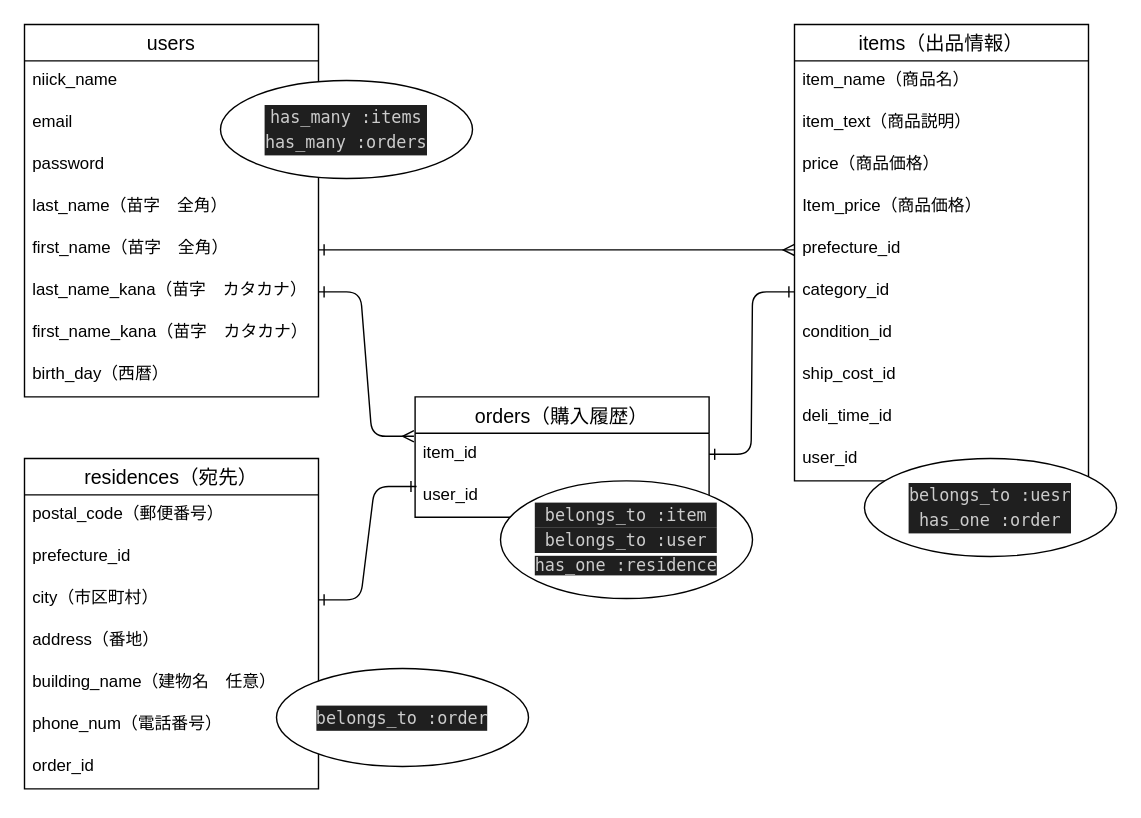
Above: ER.dio in hiroshi-43/furima-41006 (draw.io), before the change. Source tidied: cells renumbered, new cells numbered last; positions are measured from the earlier drawing's top-left corner, leaving out a move shared by most shapes. Both pictures are drawn from the tidied source at 140%, with x=0, y=0 at pixel (24, 24).
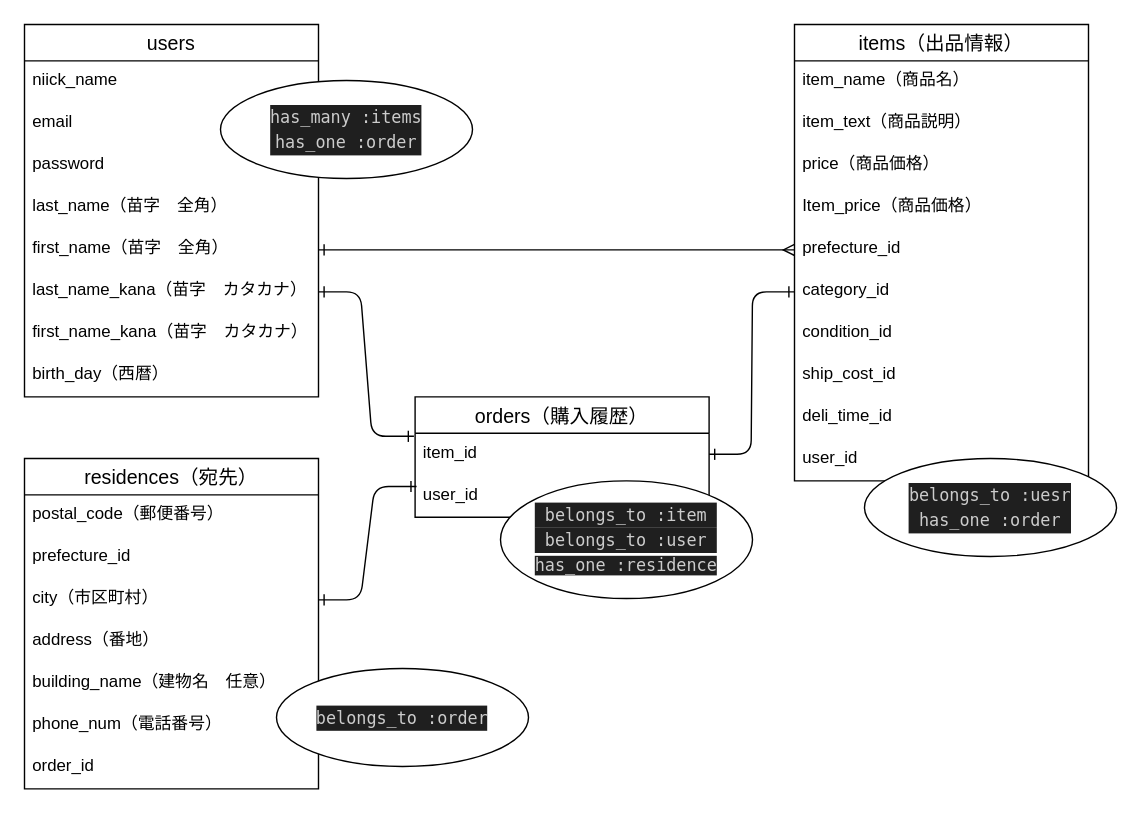
The same page after the edit.

Commit message:
データベース設計　修正５

The change refers to these unchanged cells:
```xml
<mxCell id="8" value="last_name_kana（苗字　カタカナ）" style="text;strokeColor=none;fillColor=none;spacingLeft=4;spacingRight=4;overflow=hidden;points=[[0,0.5],[1,0.5]];portConstraint=eastwest;fontSize=12;" parent="2" vertex="1">
  <mxGeometry y="176" width="210" height="30" as="geometry" />
</mxCell>
<mxCell id="32" value="item_id" style="text;strokeColor=none;fillColor=none;spacingLeft=4;spacingRight=4;overflow=hidden;points=[[0,0.5],[1,0.5]];portConstraint=eastwest;fontSize=12;" parent="31" vertex="1">
  <mxGeometry y="26" width="210" height="30" as="geometry" />
</mxCell>
```

Diff of the diagram source:
```diff
@@
-    <mxCell id="35" style="edgeStyle=entityRelationEdgeStyle;fontSize=12;html=1;endArrow=ERone;endFill=0;entryX=1;entryY=0.5;entryDx=0;entryDy=0;exitX=-0.004;exitY=0.072;exitDx=0;exitDy=0;exitPerimeter=0;startArrow=ERmany;startFill=0;" parent="1" edge="1" source="32" target="8">
+    <mxCell id="35" style="edgeStyle=entityRelationEdgeStyle;fontSize=12;html=1;endArrow=ERone;endFill=0;entryX=1;entryY=0.5;entryDx=0;entryDy=0;exitX=-0.004;exitY=0.072;exitDx=0;exitDy=0;exitPerimeter=0;startArrow=ERone;startFill=0;" parent="1" edge="1" source="32" target="8">
       <mxGeometry relative="1" as="geometry" />
     </mxCell>
-    <mxCell id="36" value="&lt;div style=&quot;color: rgb(204, 204, 204); background-color: rgb(31, 31, 31); font-family: Menlo, Monaco, &amp;quot;Courier New&amp;quot;, monospace; line-height: 18px;&quot;&gt;&lt;div&gt;has_many :items&lt;/div&gt;&lt;div&gt;has_many :orders&lt;/div&gt;&lt;/div&gt;" style="ellipse;whiteSpace=wrap;html=1;align=center;" parent="1" vertex="1">
+    <mxCell id="36" value="&lt;div style=&quot;color: rgb(204, 204, 204); background-color: rgb(31, 31, 31); font-family: Menlo, Monaco, &amp;quot;Courier New&amp;quot;, monospace; line-height: 18px;&quot;&gt;&lt;div&gt;has_many :items&lt;/div&gt;&lt;div&gt;has_one :order&lt;/div&gt;&lt;/div&gt;" style="ellipse;whiteSpace=wrap;html=1;align=center;" parent="1" vertex="1">
       <mxGeometry x="140" y="40" width="180" height="70" as="geometry" />
     </mxCell>
```
